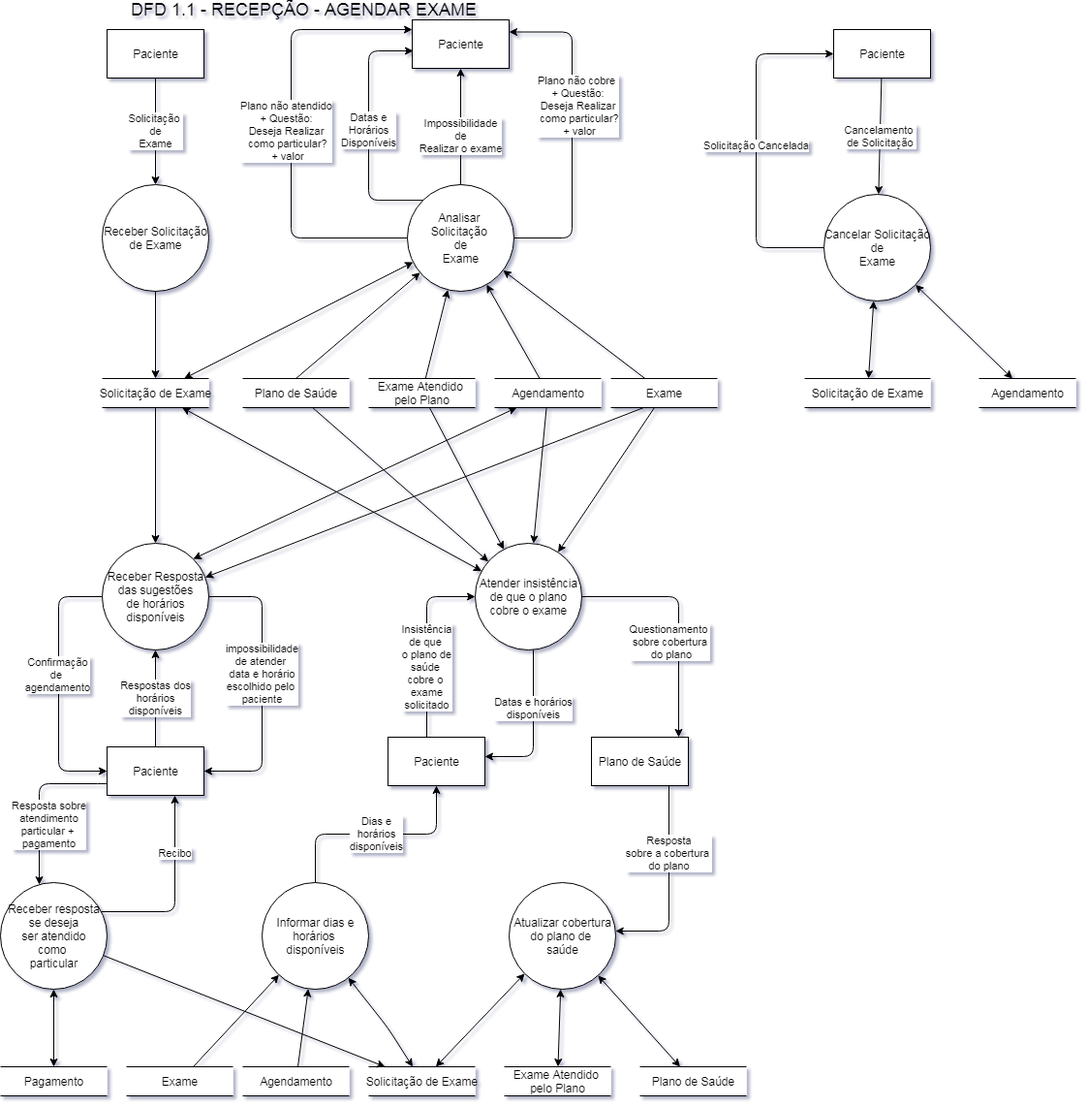
Above: documentation/16 DFD 1.1 Agendar Consulta.png in gabrielsarti-impacta/ope (draw.io), before the change. Source tidied: cells renumbered, new cells last; positions are measured from the earlier drawing's top-left corner, leaving out a move shared by most shapes.
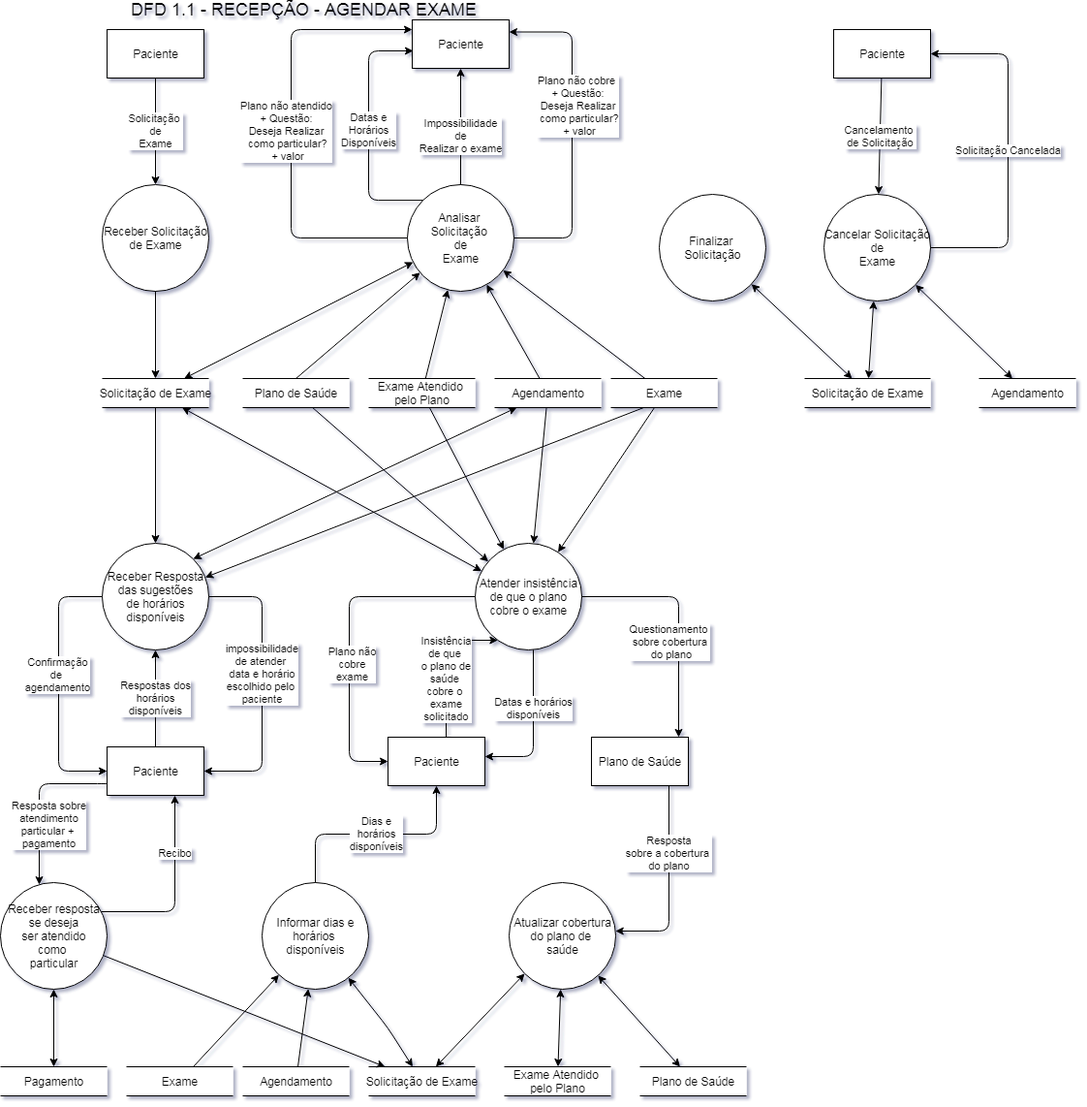
After the commit.

What changed in the source:
```diff
@@ -135,8 +135,11 @@
       <mxGeometry relative="1" as="geometry" />
     </mxCell>
     <mxCell id="39" value="Insistência&lt;br&gt;de que&amp;nbsp;&lt;br&gt;o plano de&lt;br&gt;saúde&amp;nbsp;&lt;br&gt;cobre o&amp;nbsp;&lt;br&gt;exame&lt;br&gt;solicitado" style="endArrow=classic;html=1;edgeStyle=elbowEdgeStyle;elbow=vertical;" parent="1" edge="1" source="32" target="31">
-      <mxGeometry x="-0.27" relative="1" as="geometry">
+      <mxGeometry x="-0.22" relative="1" as="geometry">
         <Array as="points">
+          <mxPoint x="460" y="660" />
+          <mxPoint x="490" y="710" />
+          <mxPoint x="470" y="630" />
           <mxPoint x="440" y="615" />
         </Array>
       </mxGeometry>
@@ -260,6 +263,7 @@
     <mxCell id="70" value="Solicitação Cancelada" style="endArrow=classic;html=1;edgeStyle=elbowEdgeStyle;elbow=vertical;" parent="1" edge="1" source="66" target="65">
       <mxGeometry relative="1" as="geometry">
         <Array as="points">
+          <mxPoint x="1040" y="170" />
           <mxPoint x="780" y="130" />
         </Array>
       </mxGeometry>
@@ -282,5 +286,22 @@
         <mxPoint x="14" y="-85.2" as="offset" />
       </mxGeometry>
     </mxCell>
+    <mxCell id="75" style="endArrow=classic;html=1;edgeStyle=orthogonalEdgeStyle;" parent="1" edge="1" source="31" target="32">
+      <mxGeometry relative="1" as="geometry">
+        <Array as="points">
+          <mxPoint x="360" y="615" />
+          <mxPoint x="360" y="785" />
+        </Array>
+      </mxGeometry>
+    </mxCell>
+    <mxCell id="76" value="Plano não&lt;br&gt;cobre&lt;br&gt;exame" style="edgeLabel;html=1;align=center;verticalAlign=middle;" parent="75" vertex="1">
+      <mxGeometry x="0.17" y="2" relative="1" as="geometry" />
+    </mxCell>
+    <mxCell id="77" value="Finalizar&amp;nbsp;&lt;br&gt;Solicitação" style="shape=ellipse;html=1;dashed=0;whitespace=wrap;perimeter=ellipsePerimeter;" parent="1" vertex="1">
+      <mxGeometry x="680" y="200" width="110" height="110" as="geometry" />
+    </mxCell>
+    <mxCell id="78" style="endArrow=classic;startArrow=classic;html=1;" parent="1" edge="1" source="68" target="77">
+      <mxGeometry relative="1" as="geometry" />
+    </mxCell>
   </root>
 </mxGraphModel>
```
